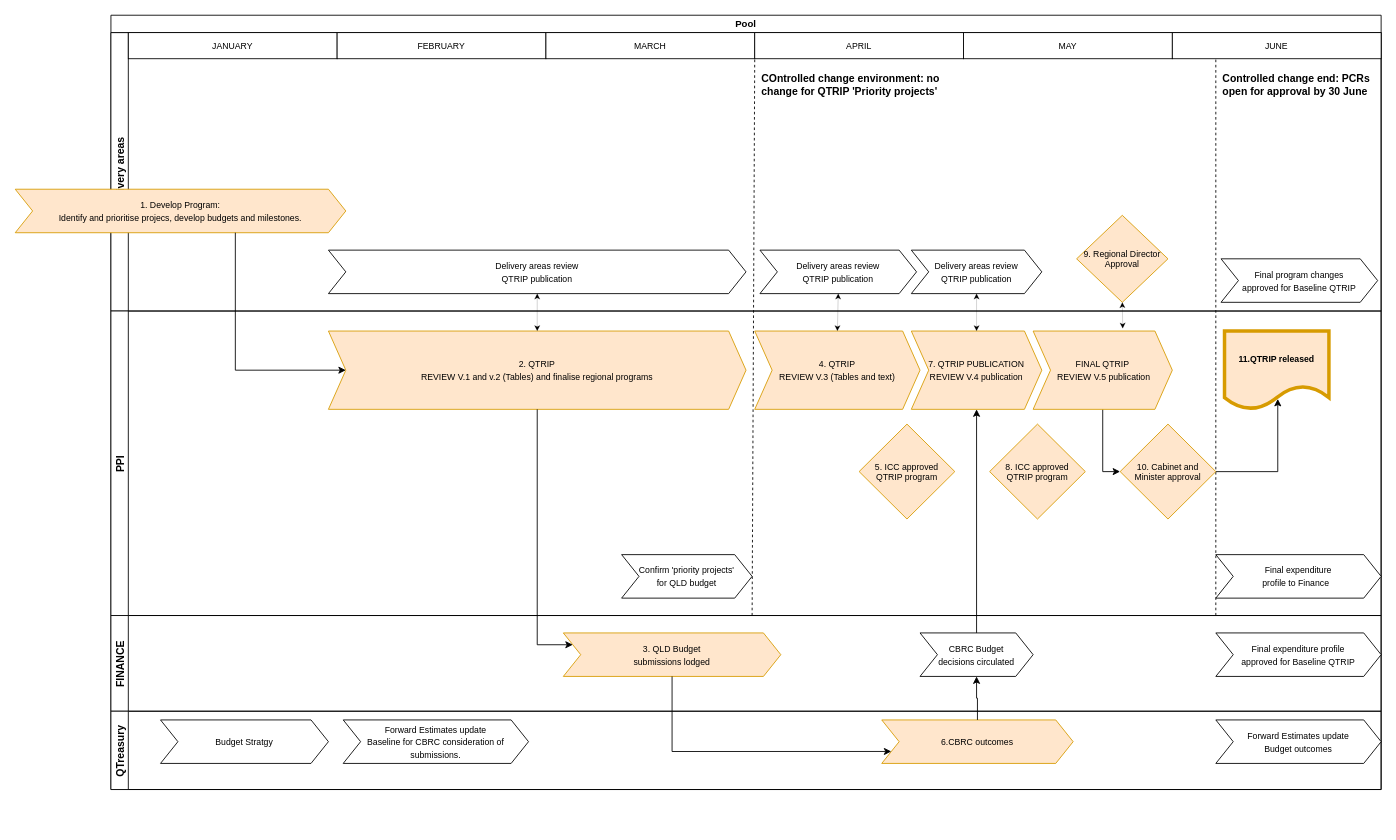
This is page "QTRIP" (1 of 3) of Untitled Diagram.drawio from tzforster/great-suppository-name, a draw.io file, before an edit. Source tidied: cells renumbered, new cells numbered last; positions are measured from the earlier drawing's top-left corner, leaving out a move shared by most shapes. Both pictures are drawn from the tidied source at 87%, with x=0, y=0 at pixel (15, 15).
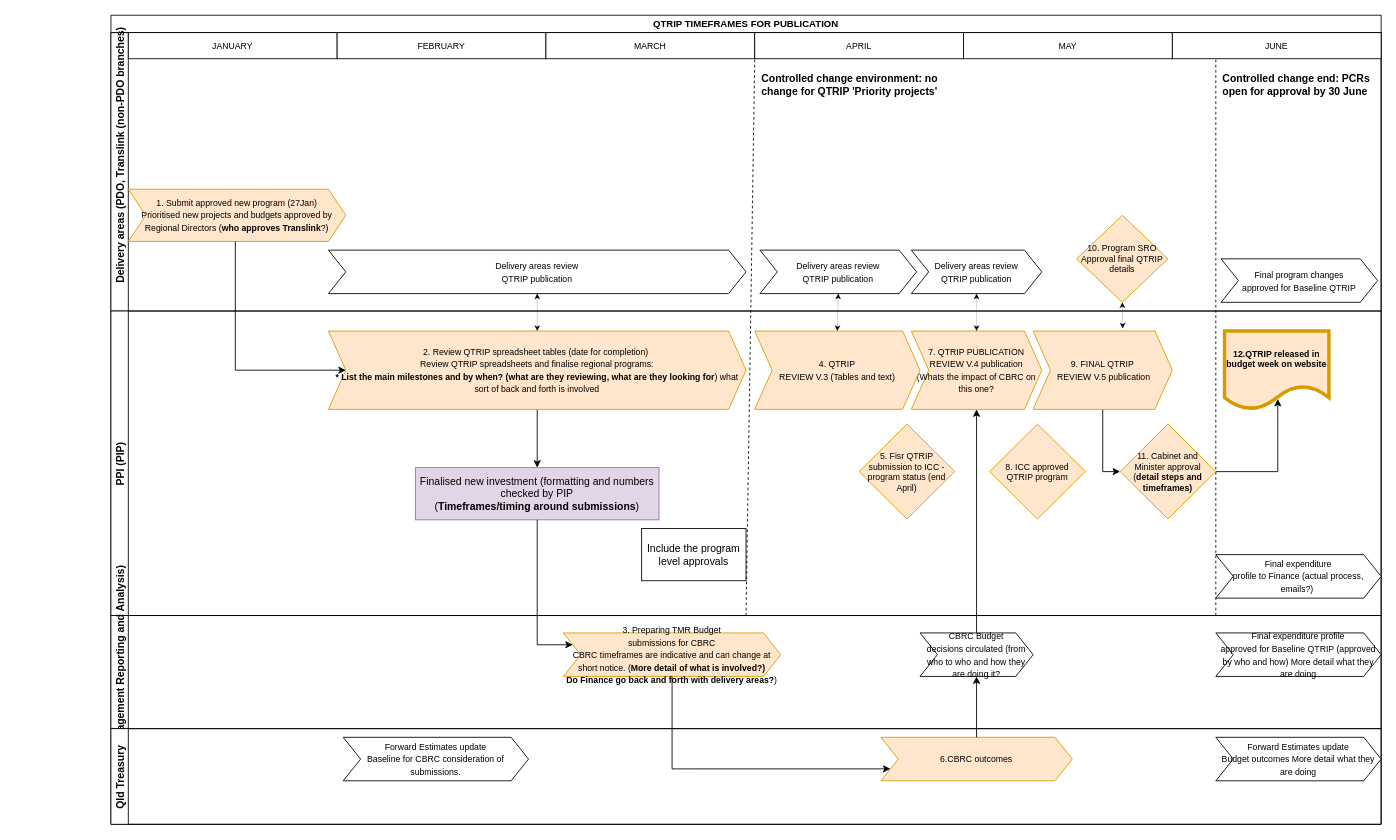
After the change.

Unchanged cells that the change refers to:
```xml
<mxCell id="8" value="APRIL" style="rounded=0;whiteSpace=wrap;html=1;fontSize=10;" parent="3" vertex="1">
  <mxGeometry x="740" width="240" height="30" as="geometry" />
</mxCell>
```

The edit, as a diff of the source:
```diff
@@
-    <mxCell id="2" value="Pool" style="swimlane;horizontal=1;startSize=20;fontSize=11;" parent="1" vertex="1">
-      <mxGeometry x="110" width="1460" height="890" as="geometry" />
+    <mxCell id="2" value="QTRIP TIMEFRAMES FOR PUBLICATION" style="swimlane;horizontal=1;startSize=20;fontSize=11;" parent="1" vertex="1">
+      <mxGeometry x="110" width="1460" height="930" as="geometry" />
     </mxCell>
-    <mxCell id="3" value="Delivery areas" style="swimlane;startSize=20;horizontal=0;" parent="2" vertex="1">
+    <mxCell id="3" value="            Delivery areas (PDO, Translink (non-PDO branches)" style="swimlane;startSize=20;horizontal=0;" parent="2" vertex="1">
       <mxGeometry y="20" width="1460" height="320" as="geometry" />
     </mxCell>
@@
-    <mxCell id="11" value="9. Regional Director&lt;br&gt;Approval" style="rhombus;whiteSpace=wrap;html=1;fontSize=10;fillColor=#ffe6cc;strokeColor=#d79b00;" parent="3" vertex="1">
+    <mxCell id="11" value="10. Program SRO&lt;br&gt;Approval final QTRIP details" style="rhombus;whiteSpace=wrap;html=1;fontSize=10;fillColor=#ffe6cc;strokeColor=#d79b00;" parent="3" vertex="1">
       <mxGeometry x="1110" y="210" width="105" height="100" as="geometry" />
     </mxCell>
@@
-    <mxCell id="16" value="COntrolled change environment: no change for QTRIP 'Priority projects'" style="text;html=1;strokeColor=none;fillColor=none;align=left;verticalAlign=middle;whiteSpace=wrap;rounded=0;fontSize=12;fontStyle=1;" parent="3" vertex="1">
+    <mxCell id="16" value="Controlled change environment: no change for QTRIP 'Priority projects'" style="text;html=1;strokeColor=none;fillColor=none;align=left;verticalAlign=middle;whiteSpace=wrap;rounded=0;fontSize=12;fontStyle=1;" parent="3" vertex="1">
       <mxGeometry x="746" y="40" width="214" height="40" as="geometry" />
     </mxCell>
@@
-    <mxCell id="18" value="&lt;span style=&quot;font-size: 10px;&quot;&gt;1. Develop Program:&lt;br&gt;Identify and prioritise projecs, develop budgets and milestones.&lt;br&gt;&lt;/span&gt;" style="shape=step;perimeter=stepPerimeter;whiteSpace=wrap;html=1;fixedSize=1;fillColor=#ffe6cc;strokeColor=#d79b00;" parent="3" vertex="1">
-      <mxGeometry x="-110" y="180" width="380" height="50" as="geometry" />
+    <mxCell id="18" value="&lt;span style=&quot;font-size: 10px;&quot;&gt;1. Submit approved new program (27Jan)&lt;br&gt;Prioritised new projects and budgets approved by Regional Directors (&lt;b&gt;who approves Translink&lt;/b&gt;?)&lt;br&gt;&lt;/span&gt;" style="shape=step;perimeter=stepPerimeter;whiteSpace=wrap;html=1;fixedSize=1;fillColor=#ffe6cc;strokeColor=#d79b00;" parent="3" vertex="1">
+      <mxGeometry x="20" y="180" width="250" height="60" as="geometry" />
     </mxCell>
@@
-    <mxCell id="20" value="PPI" style="swimlane;startSize=20;horizontal=0;" parent="2" vertex="1">
+    <mxCell id="20" value="PPI (PIP)" style="swimlane;startSize=20;horizontal=0;" parent="2" vertex="1">
       <mxGeometry y="340" width="1460" height="350" as="geometry" />
     </mxCell>
-    <mxCell id="21" value="&lt;span style=&quot;font-size: 10px;&quot;&gt;Final expenditure&lt;br&gt;profile to Finance&amp;nbsp;&amp;nbsp;&lt;/span&gt;" style="shape=step;perimeter=stepPerimeter;whiteSpace=wrap;html=1;fixedSize=1;" parent="20" vertex="1">
+    <mxCell id="21" value="&lt;span style=&quot;font-size: 10px;&quot;&gt;Final expenditure&lt;br&gt;profile to Finance (actual process, emails?)&amp;nbsp;&lt;/span&gt;" style="shape=step;perimeter=stepPerimeter;whiteSpace=wrap;html=1;fixedSize=1;" parent="20" vertex="1">
       <mxGeometry x="1270" y="280" width="190" height="50" as="geometry" />
     </mxCell>
-    <mxCell id="22" value="11.QTRIP released" style="shape=document;whiteSpace=wrap;html=1;boundedLbl=1;fontSize=10;fillColor=#ffe6cc;strokeColor=#d79b00;fontStyle=1;strokeWidth=4;" parent="20" vertex="1">
+    <mxCell id="22" value="12.QTRIP released in budget week on website" style="shape=document;whiteSpace=wrap;html=1;boundedLbl=1;fontSize=10;fillColor=#ffe6cc;strokeColor=#d79b00;fontStyle=1;strokeWidth=4;" parent="20" vertex="1">
       <mxGeometry x="1280" y="23" width="120" height="90" as="geometry" />
     </mxCell>
-    <mxCell id="23" value="&lt;span style=&quot;font-size: 10px;&quot;&gt;7. QTRIP PUBLICATION&lt;br&gt;REVIEW V.4 publication&lt;/span&gt;" style="shape=step;perimeter=stepPerimeter;whiteSpace=wrap;html=1;fixedSize=1;fillColor=#ffe6cc;strokeColor=#d79b00;" parent="20" vertex="1">
+    <mxCell id="23" value="&lt;span style=&quot;font-size: 10px;&quot;&gt;7. QTRIP PUBLICATION&lt;br&gt;REVIEW V.4 publication&lt;br&gt;(Whats the impact of CBRC on this one?&lt;br&gt;&lt;/span&gt;" style="shape=step;perimeter=stepPerimeter;whiteSpace=wrap;html=1;fixedSize=1;fillColor=#ffe6cc;strokeColor=#d79b00;" parent="20" vertex="1">
       <mxGeometry x="920" y="23" width="150" height="90" as="geometry" />
     </mxCell>
@@
-    <mxCell id="25" value="&lt;span style=&quot;font-size: 10px;&quot;&gt;FINAL QTRIP&lt;br&gt;&amp;nbsp;REVIEW V.5 publication&lt;/span&gt;" style="shape=step;perimeter=stepPerimeter;whiteSpace=wrap;html=1;fixedSize=1;fillColor=#ffe6cc;strokeColor=#d79b00;" parent="20" vertex="1">
+    <mxCell id="25" value="&lt;span style=&quot;font-size: 10px;&quot;&gt;9. FINAL QTRIP&lt;br&gt;&amp;nbsp;REVIEW V.5 publication&lt;/span&gt;" style="shape=step;perimeter=stepPerimeter;whiteSpace=wrap;html=1;fixedSize=1;fillColor=#ffe6cc;strokeColor=#d79b00;" parent="20" vertex="1">
       <mxGeometry x="1060" y="23" width="160" height="90" as="geometry" />
     </mxCell>
@@
-    <mxCell id="28" value="5. ICC approved&lt;br&gt;QTRIP program" style="rhombus;whiteSpace=wrap;html=1;fontSize=10;fillColor=#ffe6cc;strokeColor=#d79b00;" parent="20" vertex="1">
+    <mxCell id="28" value="5. Fisr QTRIP submission to ICC - program status (end April)" style="rhombus;whiteSpace=wrap;html=1;fontSize=10;fillColor=#ffe6cc;strokeColor=#d79b00;" parent="20" vertex="1">
       <mxGeometry x="860" y="130" width="110" height="109.1" as="geometry" />
     </mxCell>
-    <mxCell id="29" value="&lt;span style=&quot;font-size: 10px;&quot;&gt;Confirm 'priority projects'&lt;br&gt;for QLD budget&lt;/span&gt;" style="shape=step;perimeter=stepPerimeter;whiteSpace=wrap;html=1;fixedSize=1;" parent="20" vertex="1">
-      <mxGeometry x="587" y="280" width="150" height="50" as="geometry" />
-    </mxCell>
+    <mxCell id="51" style="edgeStyle=orthogonalEdgeStyle;rounded=0;jettySize=auto;html=1;" parent="20" edge="1" source="30" target="52">
+      <mxGeometry relative="1" as="geometry" />
+    </mxCell>
-    <mxCell id="30" value="&lt;span style=&quot;font-size: 10px;&quot;&gt;2. QTRIP&lt;br&gt;REVIEW V.1 and v.2 (Tables) and finalise regional programs&lt;/span&gt;" style="shape=step;perimeter=stepPerimeter;whiteSpace=wrap;html=1;fixedSize=1;fillColor=#ffe6cc;strokeColor=#d79b00;" parent="20" vertex="1">
+    <mxCell id="30" value="&lt;span style=&quot;font-size: 10px;&quot;&gt;2. Review QTRIP spreadsheet tables (date for completion)&amp;nbsp;&lt;br&gt;Review QTRIP spreadsheets and finalise regional programs:&lt;br&gt;&lt;b&gt;* List the main milestones and by when? (what are they reviewing, what are they looking for&lt;/b&gt;) what sort of back and forth is involved&lt;/span&gt;" style="shape=step;perimeter=stepPerimeter;whiteSpace=wrap;html=1;fixedSize=1;fillColor=#ffe6cc;strokeColor=#d79b00;" parent="20" vertex="1">
       <mxGeometry x="250" y="23" width="480" height="90" as="geometry" />
     </mxCell>
@@
-    <mxCell id="32" value="10. Cabinet and&lt;br&gt;Minister approval" style="rhombus;whiteSpace=wrap;html=1;fontSize=10;fillColor=#ffe6cc;strokeColor=#d79b00;" parent="20" vertex="1">
+    <mxCell id="32" value="11. Cabinet and&lt;br&gt;Minister approval (&lt;b&gt;detail steps and timeframes)&lt;/b&gt;" style="rhombus;whiteSpace=wrap;html=1;fontSize=10;fillColor=#ffe6cc;strokeColor=#d79b00;" parent="20" vertex="1">
       <mxGeometry x="1160" y="130" width="110" height="109.1" as="geometry" />
     </mxCell>
+    <mxCell id="52" value="Finalised new investment (formatting and numbers checked by PIP&lt;br&gt;(&lt;b&gt;Timeframes/timing around submissions&lt;/b&gt;)" style="rounded=0;whiteSpace=wrap;html=1;fillColor=#e1d5e7;strokeColor=#9673a6;" parent="20" vertex="1">
+      <mxGeometry x="350" y="180" width="280" height="60" as="geometry" />
+    </mxCell>
+    <mxCell id="53" value="Include the program level approvals" style="rounded=0;whiteSpace=wrap;html=1;" parent="20" vertex="1">
+      <mxGeometry x="610" y="250" width="120" height="60" as="geometry" />
+    </mxCell>
-    <mxCell id="33" value="FINANCE" style="swimlane;startSize=20;horizontal=0;" parent="2" vertex="1">
-      <mxGeometry y="690" width="1460" height="110" as="geometry" />
+    <mxCell id="33" value="CFO (Management Reporting and Analysis)" style="swimlane;startSize=20;horizontal=0;" parent="2" vertex="1">
+      <mxGeometry y="690" width="1460" height="130" as="geometry" />
     </mxCell>
-    <mxCell id="34" value="&lt;font style=&quot;font-size: 10px;&quot;&gt;Final expenditure profile&lt;br&gt;approved for Baseline QTRIP&lt;/font&gt;" style="shape=step;perimeter=stepPerimeter;whiteSpace=wrap;html=1;fixedSize=1;" parent="33" vertex="1">
+    <mxCell id="34" value="&lt;font style=&quot;font-size: 10px;&quot;&gt;Final expenditure profile&lt;br&gt;approved for Baseline QTRIP (approved by who and how) More detail what they are doing&lt;/font&gt;" style="shape=step;perimeter=stepPerimeter;whiteSpace=wrap;html=1;fixedSize=1;" parent="33" vertex="1">
       <mxGeometry x="1270" y="20" width="190" height="50" as="geometry" />
     </mxCell>
-    <mxCell id="35" value="&lt;span style=&quot;font-size: 10px;&quot;&gt;CBRC Budget&lt;br&gt;decisions circulated&lt;/span&gt;" style="shape=step;perimeter=stepPerimeter;whiteSpace=wrap;html=1;fixedSize=1;" parent="33" vertex="1">
+    <mxCell id="35" value="&lt;span style=&quot;font-size: 10px;&quot;&gt;CBRC Budget&lt;br&gt;decisions circulated (from who to who and how they are doing it?&lt;/span&gt;" style="shape=step;perimeter=stepPerimeter;whiteSpace=wrap;html=1;fixedSize=1;" parent="33" vertex="1">
       <mxGeometry x="930" y="20" width="130" height="50" as="geometry" />
     </mxCell>
-    <mxCell id="36" value="&lt;span style=&quot;font-size: 10px;&quot;&gt;3. QLD Budget&lt;br&gt;submissions lodged&lt;/span&gt;" style="shape=step;perimeter=stepPerimeter;whiteSpace=wrap;html=1;fixedSize=1;fillColor=#ffe6cc;strokeColor=#d79b00;" parent="33" vertex="1">
+    <mxCell id="36" value="&lt;span style=&quot;font-size: 10px;&quot;&gt;3. Preparing TMR Budget&lt;br&gt;submissions for CBRC &lt;br&gt;CBRC timeframes are indicative and can change at short notice. (&lt;b&gt;More detail of what is involved?)&lt;br&gt;Do Finance go back and forth with delivery areas?&lt;/b&gt;)&lt;/span&gt;" style="shape=step;perimeter=stepPerimeter;whiteSpace=wrap;html=1;fixedSize=1;fillColor=#ffe6cc;strokeColor=#d79b00;" parent="33" vertex="1">
       <mxGeometry x="520" y="20" width="250" height="50" as="geometry" />
     </mxCell>
-    <mxCell id="37" value="QTreasury" style="swimlane;startSize=20;horizontal=0;" parent="2" vertex="1">
-      <mxGeometry y="800" width="1460" height="90" as="geometry" />
+    <mxCell id="37" value="Qld Treasury" style="swimlane;startSize=20;horizontal=0;" parent="2" vertex="1">
+      <mxGeometry y="820" width="1460" height="110" as="geometry" />
     </mxCell>
-    <mxCell id="38" value="&lt;span style=&quot;font-size: 10px;&quot;&gt;Budget Stratgy&lt;/span&gt;" style="shape=step;perimeter=stepPerimeter;whiteSpace=wrap;html=1;fixedSize=1;" parent="37" vertex="1">
-      <mxGeometry x="57" y="10" width="193" height="50" as="geometry" />
-    </mxCell>
@@
     <mxCell id="40" value="&lt;span style=&quot;font-size: 10px;&quot;&gt;6.CBRC outcomes&lt;/span&gt;" style="shape=step;perimeter=stepPerimeter;whiteSpace=wrap;html=1;fixedSize=1;fillColor=#ffe6cc;strokeColor=#d79b00;" parent="37" vertex="1">
-      <mxGeometry x="886" y="10" width="220" height="50" as="geometry" />
+      <mxGeometry x="885" y="10" width="220" height="50" as="geometry" />
     </mxCell>
-    <mxCell id="41" value="&lt;span style=&quot;font-size: 10px;&quot;&gt;Forward Estim&lt;/span&gt;&lt;font style=&quot;font-size: 10px;&quot;&gt;ates update&lt;br&gt;&lt;/font&gt;&lt;span style=&quot;font-size: 10px;&quot;&gt;Budget outcomes&lt;br&gt;&lt;/span&gt;" style="shape=step;perimeter=stepPerimeter;whiteSpace=wrap;html=1;fixedSize=1;" parent="37" vertex="1">
+    <mxCell id="41" value="&lt;span style=&quot;font-size: 10px;&quot;&gt;Forward Estim&lt;/span&gt;&lt;font style=&quot;font-size: 10px;&quot;&gt;ates update&lt;br&gt;&lt;/font&gt;&lt;span style=&quot;font-size: 10px;&quot;&gt;Budget outcomes&amp;nbsp;&lt;/span&gt;&lt;span style=&quot;font-size: 10px;&quot;&gt;More detail what they are doing&lt;/span&gt;&lt;span style=&quot;font-size: 10px;&quot;&gt;&lt;br&gt;&lt;/span&gt;" style="shape=step;perimeter=stepPerimeter;whiteSpace=wrap;html=1;fixedSize=1;" parent="37" vertex="1">
       <mxGeometry x="1270" y="10" width="190" height="50" as="geometry" />
     </mxCell>
@@
     <mxCell id="46" style="edgeStyle=orthogonalEdgeStyle;rounded=0;jettySize=auto;html=1;entryX=0;entryY=0.75;entryDx=0;entryDy=0;fontFamily=Helvetica;fontSize=10;fontColor=#000000;" parent="2" edge="1" source="36" target="40">
       <mxGeometry relative="1" as="geometry">
         <Array as="points">
-          <mxPoint x="645" y="846" />
+          <mxPoint x="645" y="866" />
         </Array>
       </mxGeometry>
     </mxCell>
@@
-    <mxCell id="48" style="edgeStyle=orthogonalEdgeStyle;rounded=0;jettySize=auto;html=1;entryX=0;entryY=0.25;entryDx=0;entryDy=0;fontFamily=Helvetica;fontSize=10;fontColor=#000000;" parent="2" edge="1" source="30" target="36">
-      <mxGeometry relative="1" as="geometry">
-        <Array as="points">
-          <mxPoint x="490" y="724" />
-          <mxPoint x="531" y="724" />
-        </Array>
-      </mxGeometry>
-    </mxCell>
@@
+    <mxCell id="54" style="edgeStyle=orthogonalEdgeStyle;rounded=0;jettySize=auto;html=1;entryX=0;entryY=0.25;entryDx=0;entryDy=0;" parent="2" edge="1" source="52" target="36">
+      <mxGeometry relative="1" as="geometry">
+        <Array as="points">
+          <mxPoint x="490" y="724" />
+        </Array>
+      </mxGeometry>
+    </mxCell>
     <mxCell id="50" style="endArrow=none;dashed=1;html=1;rounded=0;strokeWidth=1;fontSize=10;endSize=6;entryX=0;entryY=1;entryDx=0;entryDy=0;" parent="1" edge="1" target="8">
       <mxGeometry relative="1" as="geometry">
-        <mxPoint x="847" y="690" as="sourcePoint" />
+        <mxPoint x="840" y="690" as="sourcePoint" />
       </mxGeometry>
     </mxCell>
```
